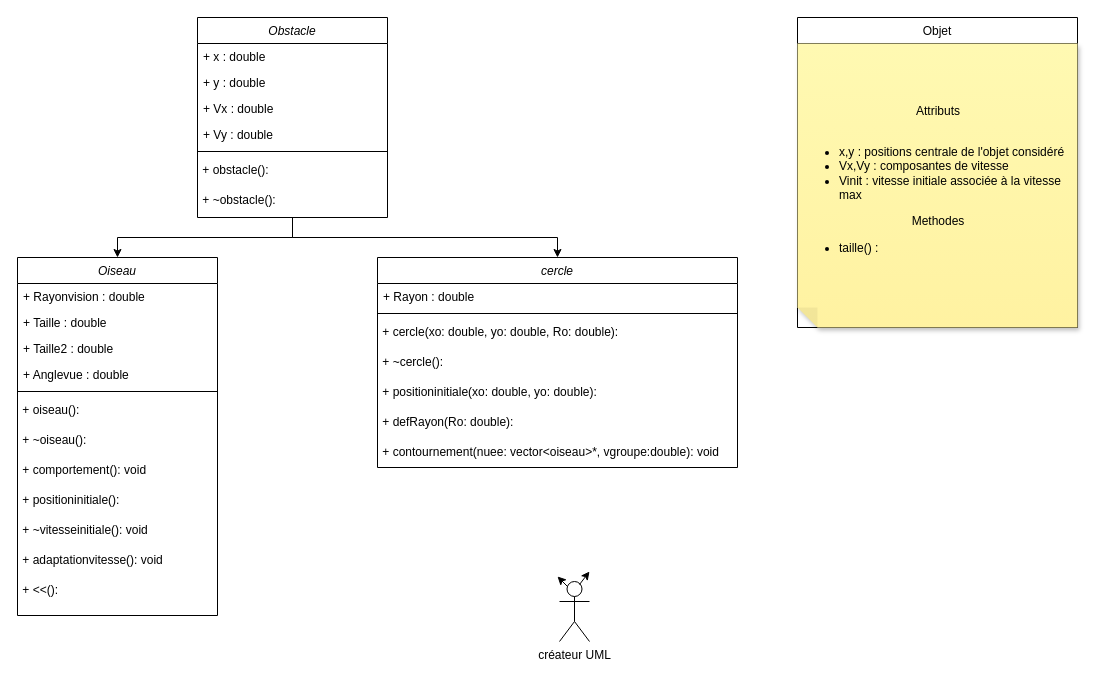
Before: Diagrammeclasse.drawio in Bribrigentil/projet, a draw.io diagram. Source tidied: cells renumbered, new cells numbered last; positions are measured from the earlier drawing's top-left corner, leaving out a move shared by most shapes. Both pictures are drawn from the tidied source at 100%, with x=0, y=0 at pixel (17, 17).
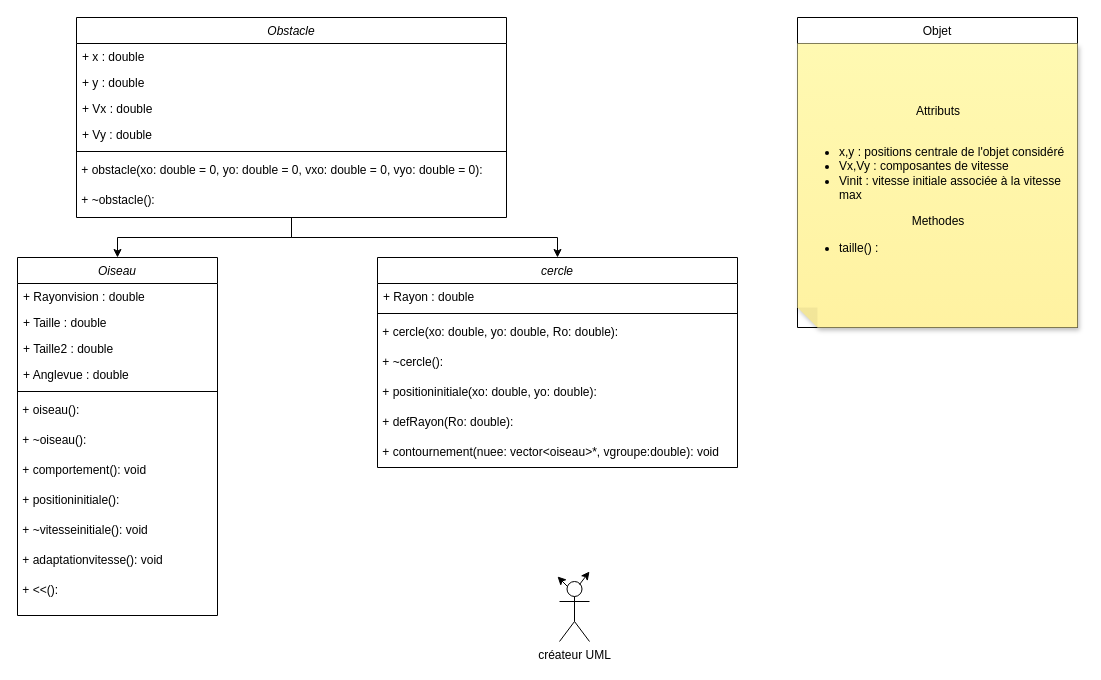
After the change.

Commit message:
Mettre à jour Diagrammeclasse.drawio

The edit, as a diff of the source:
```diff
@@
     <mxCell id="9" value="Obstacle&#10;" style="swimlane;fontStyle=2;align=center;verticalAlign=top;horizontal=1;startSize=26;rounded=0;shadow=0;strokeWidth=1;" parent="1" vertex="1">
-      <mxGeometry x="180" width="190" height="200" as="geometry" />
+      <mxGeometry x="59" width="430" height="200" as="geometry" />
     </mxCell>
     <mxCell id="10" value="+ x : double" style="text;align=left;verticalAlign=top;spacingLeft=4;spacingRight=4;overflow=hidden;" parent="9" vertex="1">
-      <mxGeometry y="26" width="190" height="26" as="geometry" />
+      <mxGeometry y="26" width="430" height="26" as="geometry" />
     </mxCell>
     <mxCell id="11" value="+ y : double" style="text;align=left;verticalAlign=top;spacingLeft=4;spacingRight=4;overflow=hidden;rounded=0;shadow=0;html=0;" parent="9" vertex="1">
-      <mxGeometry y="52" width="190" height="26" as="geometry" />
+      <mxGeometry y="52" width="430" height="26" as="geometry" />
     </mxCell>
     <mxCell id="12" value="+ Vx : double" style="text;align=left;verticalAlign=top;spacingLeft=4;spacingRight=4;overflow=hidden;rounded=0;shadow=0;html=0;" parent="9" vertex="1">
-      <mxGeometry y="78" width="190" height="26" as="geometry" />
+      <mxGeometry y="78" width="430" height="26" as="geometry" />
     </mxCell>
     <mxCell id="13" value="+ Vy : double" style="text;align=left;verticalAlign=top;spacingLeft=4;spacingRight=4;overflow=hidden;rounded=0;shadow=0;html=0;" parent="9" vertex="1">
-      <mxGeometry y="104" width="190" height="26" as="geometry" />
+      <mxGeometry y="104" width="430" height="26" as="geometry" />
     </mxCell>
     <mxCell id="14" style="line;html=1;strokeWidth=1;align=left;verticalAlign=middle;spacingTop=-1;spacingLeft=3;spacingRight=3;labelPosition=right;" parent="9" vertex="1">
-      <mxGeometry y="130" width="190" height="8" as="geometry" />
+      <mxGeometry y="130" width="430" height="8" as="geometry" />
     </mxCell>
-    <mxCell id="15" value="&lt;div&gt;&amp;nbsp;+ obstacle():&lt;/div&gt;" style="text;html=1;align=left;verticalAlign=middle;strokeColor=none;fillColor=none;" parent="9" vertex="1">
-      <mxGeometry y="138" width="190" height="30" as="geometry" />
+    <mxCell id="15" value="&lt;div&gt;&amp;nbsp;+ obstacle(xo: double = 0, yo: double = 0, vxo: double = 0, vyo: double = 0):&lt;/div&gt;" style="text;html=1;align=left;verticalAlign=middle;strokeColor=none;fillColor=none;" parent="9" vertex="1">
+      <mxGeometry y="138" width="430" height="30" as="geometry" />
     </mxCell>
     <mxCell id="16" value="&lt;div&gt;&amp;nbsp;+ ~obstacle():&lt;/div&gt;" style="text;html=1;align=left;verticalAlign=middle;strokeColor=none;fillColor=none;" parent="9" vertex="1">
-      <mxGeometry y="168" width="190" height="30" as="geometry" />
+      <mxGeometry y="168" width="430" height="30" as="geometry" />
     </mxCell>
```
